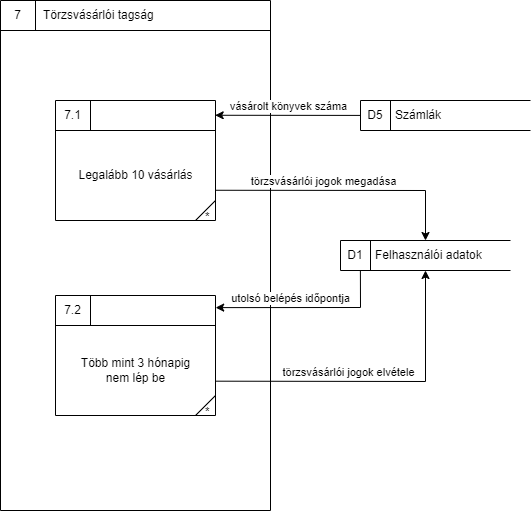
The draw.io diagram docs/dfd/dfd_layer_2_regular_costumer/dfd_layer_2_regular_customer.png in a-bakk/bookstore-oracle, before a commit. Source tidied: cells renumbered, new cells last; positions are measured from the earlier drawing's top-left corner, leaving out a move shared by most shapes.
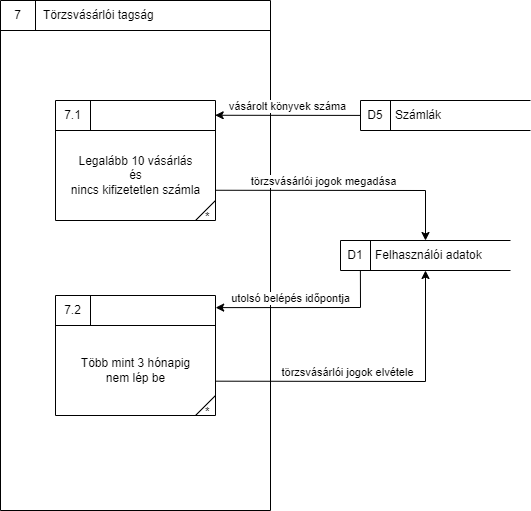
After the commit.

Diff of the diagram source:
```diff
@@ -11,7 +11,7 @@
     <mxCell id="4" value="Törzsvásárlói tagság" style="text;html=1;strokeColor=none;fillColor=none;align=left;verticalAlign=middle;whiteSpace=wrap;rounded=0;spacingLeft=6;" parent="2" vertex="1">
       <mxGeometry x="35" width="140" height="30" as="geometry" />
     </mxCell>
-    <mxCell id="5" value="Legalább 10 vásárlás" style="html=1;dashed=0;whitespace=wrap;shape=mxgraph.dfd.process2;align=center;spacingTop=30;" parent="2" vertex="1">
+    <mxCell id="5" value="Legalább 10 vásárlás&lt;br&gt;és&lt;br&gt;nincs kifizetetlen számla" style="html=1;dashed=0;whitespace=wrap;shape=mxgraph.dfd.process2;align=center;spacingTop=30;" parent="2" vertex="1">
       <mxGeometry x="55" y="100" width="160" height="120" as="geometry" />
     </mxCell>
     <mxCell id="6" value="7.1" style="text;html=1;strokeColor=none;fillColor=none;align=center;verticalAlign=middle;whiteSpace=wrap;rounded=0;" parent="5" vertex="1">
```
